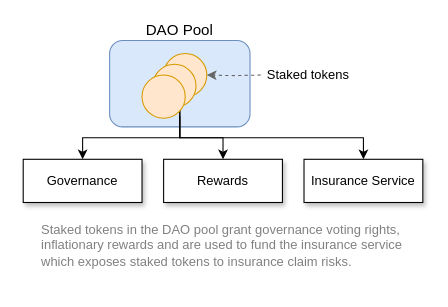
Above: docs/dao-members/assets/diagrams/dao-pool-staking.drawio in api3dao/old-api3-docs (draw.io), before the change. Source tidied: cells renumbered, new cells numbered last; positions are measured from the earlier drawing's top-left corner, leaving out a move shared by most shapes. Both pictures are drawn from the tidied source at 108%, with x=0, y=0 at pixel (23, 18).
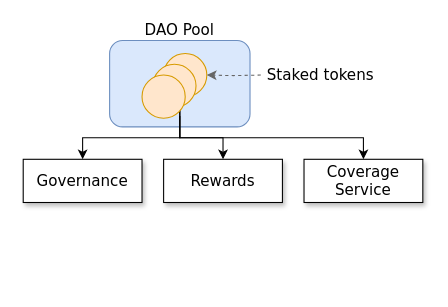
The same diagram, later.

Commit message (it also covers changes not shown here):
Diagrams with insurance in them Some link text updated

Change to the diagram source:
```diff
@@
-    <mxCell id="2" value="Governance" style="rounded=0;whiteSpace=wrap;html=1;shadow=1;" parent="1" vertex="1">
+    <mxCell id="2" value="&lt;font style=&quot;font-size: 14px&quot;&gt;Governance&lt;/font&gt;" style="rounded=0;whiteSpace=wrap;html=1;shadow=1;fontFamily=Verdana;" parent="1" vertex="1">
       <mxGeometry y="130" width="110" height="40" as="geometry" />
     </mxCell>
-    <mxCell id="3" value="Rewards" style="rounded=0;whiteSpace=wrap;html=1;shadow=1;" parent="1" vertex="1">
+    <mxCell id="3" value="&lt;font style=&quot;font-size: 14px&quot;&gt;Rewards&lt;/font&gt;" style="rounded=0;whiteSpace=wrap;html=1;shadow=1;fontFamily=Verdana;" parent="1" vertex="1">
       <mxGeometry x="130" y="130" width="110" height="40" as="geometry" />
     </mxCell>
-    <mxCell id="4" value="Staked tokens in the DAO pool grant governance voting rights, inflationary rewards and are used to fund the insurance service which exposes staked tokens to insurance claim risks.&amp;nbsp;" style="text;html=1;strokeColor=none;fillColor=none;align=left;verticalAlign=middle;whiteSpace=wrap;rounded=0;fontSize=12;fontColor=#808080;" parent="1" vertex="1">
-      <mxGeometry x="15" y="170" width="360" height="80" as="geometry" />
-    </mxCell>
-    <mxCell id="5" value="Insurance Service" style="rounded=0;whiteSpace=wrap;html=1;shadow=1;" parent="1" vertex="1">
+    <mxCell id="5" value="&lt;font style=&quot;font-size: 14px&quot;&gt;Coverage Service&lt;/font&gt;" style="rounded=0;whiteSpace=wrap;html=1;shadow=1;fontFamily=Verdana;" parent="1" vertex="1">
       <mxGeometry x="260" y="130" width="110" height="40" as="geometry" />
     </mxCell>
-    <mxCell id="6" style="rounded=1;whiteSpace=wrap;html=1;fillColor=#dae8fc;strokeWidth=1;perimeterSpacing=0;strokeColor=#6c8ebf;" parent="1" vertex="1">
+    <mxCell id="6" style="rounded=1;whiteSpace=wrap;html=1;fillColor=#dae8fc;strokeWidth=1;perimeterSpacing=0;strokeColor=#6c8ebf;fontFamily=Verdana;" parent="1" vertex="1">
       <mxGeometry x="80" y="20" width="130" height="80" as="geometry" />
     </mxCell>
-    <mxCell id="7" value="&lt;font style=&quot;font-size: 14px&quot;&gt;DAO Pool&lt;/font&gt;" style="text;html=1;strokeColor=none;fillColor=none;align=center;verticalAlign=middle;whiteSpace=wrap;rounded=0;" parent="1" vertex="1">
+    <mxCell id="7" value="&lt;font style=&quot;font-size: 14px&quot;&gt;DAO Pool&lt;/font&gt;" style="text;html=1;strokeColor=none;fillColor=none;align=center;verticalAlign=middle;whiteSpace=wrap;rounded=0;fontFamily=Verdana;" parent="1" vertex="1">
       <mxGeometry x="95" width="100" height="20" as="geometry" />
     </mxCell>
-    <mxCell id="8" style="edgeStyle=orthogonalEdgeStyle;rounded=0;jettySize=auto;html=1;entryX=0.5;entryY=0;entryDx=0;entryDy=0;" parent="1" edge="1" source="11" target="3">
+    <mxCell id="8" style="edgeStyle=orthogonalEdgeStyle;rounded=0;jettySize=auto;html=1;entryX=0.5;entryY=0;entryDx=0;entryDy=0;fontFamily=Verdana;" parent="1" edge="1" source="11" target="3">
       <mxGeometry relative="1" as="geometry">
         <Array as="points">
           <mxPoint x="145" y="110" />
           <mxPoint x="185" y="110" />
         </Array>
       </mxGeometry>
     </mxCell>
-    <mxCell id="9" style="edgeStyle=orthogonalEdgeStyle;rounded=0;jettySize=auto;html=1;entryX=0.5;entryY=0;entryDx=0;entryDy=0;" parent="1" edge="1" target="2">
+    <mxCell id="9" style="edgeStyle=orthogonalEdgeStyle;rounded=0;jettySize=auto;html=1;entryX=0.5;entryY=0;entryDx=0;entryDy=0;fontFamily=Verdana;" parent="1" edge="1" target="2">
       <mxGeometry relative="1" as="geometry">
         <mxPoint x="145" y="90" as="sourcePoint" />
         <Array as="points">
           <mxPoint x="145" y="110" />
           <mxPoint x="55" y="110" />
         </Array>
       </mxGeometry>
     </mxCell>
-    <mxCell id="10" style="edgeStyle=orthogonalEdgeStyle;rounded=0;jettySize=auto;html=1;exitX=0.5;exitY=1;exitDx=0;exitDy=0;entryX=0.5;entryY=0;entryDx=0;entryDy=0;" parent="1" edge="1" source="11" target="5">
+    <mxCell id="10" style="edgeStyle=orthogonalEdgeStyle;rounded=0;jettySize=auto;html=1;exitX=0.5;exitY=1;exitDx=0;exitDy=0;entryX=0.5;entryY=0;entryDx=0;entryDy=0;fontFamily=Verdana;" parent="1" edge="1" source="11" target="5">
       <mxGeometry relative="1" as="geometry">
         <Array as="points">
           <mxPoint x="145" y="110" />
           <mxPoint x="315" y="110" />
         </Array>
       </mxGeometry>
     </mxCell>
-    <mxCell id="11" style="ellipse;whiteSpace=wrap;html=1;fillColor=#ffe6cc;strokeColor=#d79b00;" parent="1" vertex="1">
+    <mxCell id="11" style="ellipse;whiteSpace=wrap;html=1;fillColor=#ffe6cc;strokeColor=#d79b00;fontFamily=Verdana;" parent="1" vertex="1">
       <mxGeometry x="130" y="32" width="40" height="40" as="geometry" />
     </mxCell>
-    <mxCell id="12" style="edgeStyle=orthogonalEdgeStyle;rounded=0;jettySize=auto;html=1;entryX=1;entryY=0.5;entryDx=0;entryDy=0;dashed=1;fillColor=#f5f5f5;strokeColor=#666666;" parent="1" edge="1" target="11">
+    <mxCell id="12" style="edgeStyle=orthogonalEdgeStyle;rounded=0;jettySize=auto;html=1;entryX=1;entryY=0.5;entryDx=0;entryDy=0;dashed=1;fillColor=#f5f5f5;strokeColor=#666666;fontFamily=Verdana;" parent="1" edge="1" target="11">
       <mxGeometry relative="1" as="geometry">
         <mxPoint x="220" y="52" as="sourcePoint" />
       </mxGeometry>
     </mxCell>
-    <mxCell id="13" value="Staked tokens" style="text;html=1;strokeColor=none;fillColor=none;align=left;verticalAlign=middle;whiteSpace=wrap;rounded=0;" parent="1" vertex="1">
-      <mxGeometry x="224" y="42" width="90" height="20" as="geometry" />
+    <mxCell id="13" value="&lt;font style=&quot;font-size: 14px;&quot;&gt;Staked tokens&lt;/font&gt;" style="text;html=1;strokeColor=none;fillColor=none;align=left;verticalAlign=middle;whiteSpace=wrap;rounded=0;fontFamily=Verdana;fontSize=14;" parent="1" vertex="1">
+      <mxGeometry x="224" y="42" width="116" height="20" as="geometry" />
     </mxCell>
-    <mxCell id="14" style="ellipse;whiteSpace=wrap;html=1;fillColor=#ffe6cc;strokeColor=#d79b00;" parent="1" vertex="1">
+    <mxCell id="14" style="ellipse;whiteSpace=wrap;html=1;fillColor=#ffe6cc;strokeColor=#d79b00;fontFamily=Verdana;" parent="1" vertex="1">
       <mxGeometry x="120" y="42" width="40" height="40" as="geometry" />
     </mxCell>
-    <mxCell id="15" style="ellipse;whiteSpace=wrap;html=1;fillColor=#ffe6cc;strokeColor=#d79b00;" parent="1" vertex="1">
+    <mxCell id="15" style="ellipse;whiteSpace=wrap;html=1;fillColor=#ffe6cc;strokeColor=#d79b00;fontFamily=Verdana;" parent="1" vertex="1">
       <mxGeometry x="110" y="52" width="40" height="40" as="geometry" />
     </mxCell>
```
